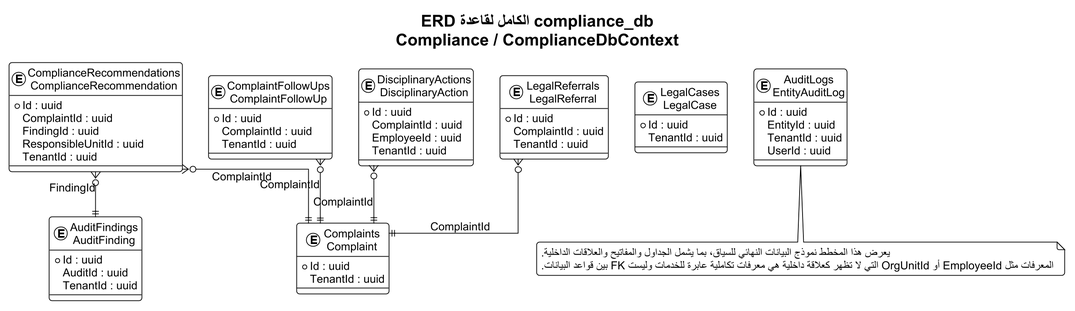
Earlier version of the PlantUML export docs/thesis_diagrams/database_erdds/rendered/04_compliance.png (omardefdev/HRManagement).
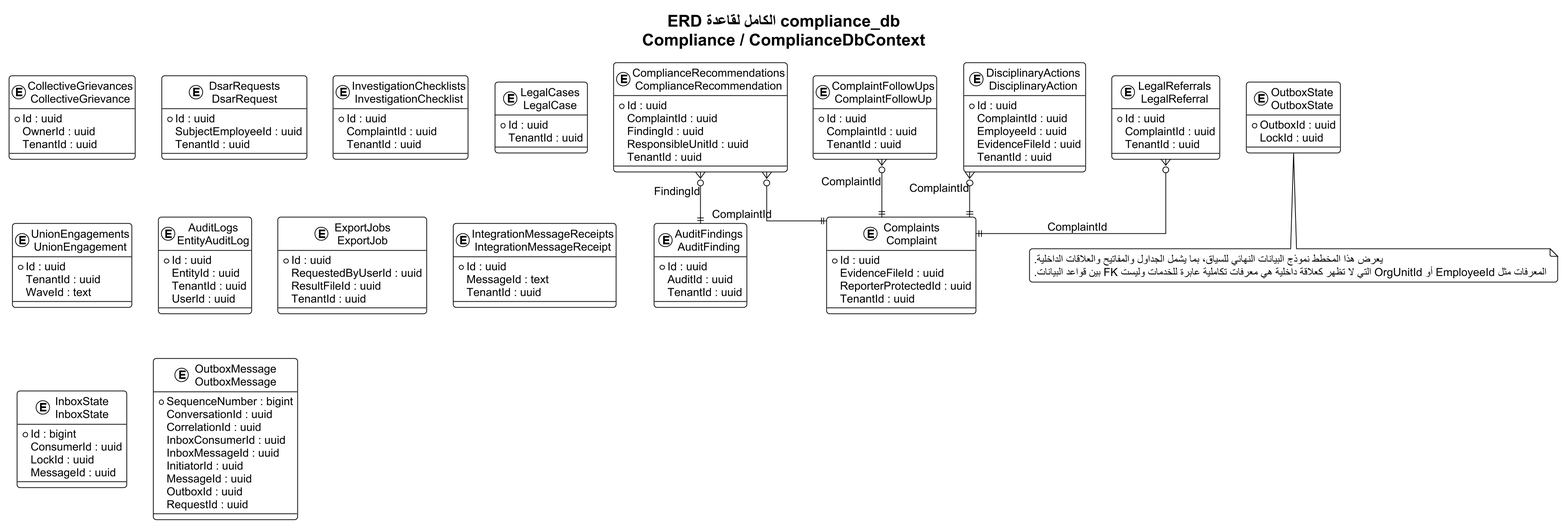
The same file after the commit.

The edit, as a diff of the source:
```diff
@@ -17,49 +17,104 @@
     AuditId : uuid
     TenantId : uuid
 }
-entity "Complaints\nComplaint" as T02 {
+entity "CollectiveGrievances\nCollectiveGrievance" as T02 {
   * Id : uuid
+    OwnerId : uuid
     TenantId : uuid
 }
-entity "ComplaintFollowUps\nComplaintFollowUp" as T03 {
+entity "Complaints\nComplaint" as T03 {
+  * Id : uuid
+    EvidenceFileId : uuid
+    ReporterProtectedId : uuid
+    TenantId : uuid
+}
+entity "ComplaintFollowUps\nComplaintFollowUp" as T04 {
   * Id : uuid
     ComplaintId : uuid
     TenantId : uuid
 }
-entity "ComplianceRecommendations\nComplianceRecommendation" as T04 {
+entity "ComplianceRecommendations\nComplianceRecommendation" as T05 {
   * Id : uuid
     ComplaintId : uuid
     FindingId : uuid
     ResponsibleUnitId : uuid
     TenantId : uuid
 }
-entity "DisciplinaryActions\nDisciplinaryAction" as T05 {
+entity "DisciplinaryActions\nDisciplinaryAction" as T06 {
   * Id : uuid
     ComplaintId : uuid
     EmployeeId : uuid
+    EvidenceFileId : uuid
     TenantId : uuid
 }
-entity "LegalCases\nLegalCase" as T06 {
+entity "DsarRequests\nDsarRequest" as T07 {
   * Id : uuid
+    SubjectEmployeeId : uuid
     TenantId : uuid
 }
-entity "LegalReferrals\nLegalReferral" as T07 {
+entity "InvestigationChecklists\nInvestigationChecklist" as T08 {
   * Id : uuid
     ComplaintId : uuid
     TenantId : uuid
 }
-entity "AuditLogs\nEntityAuditLog" as T08 {
+entity "LegalCases\nLegalCase" as T09 {
+  * Id : uuid
+    TenantId : uuid
+}
+entity "LegalReferrals\nLegalReferral" as T10 {
+  * Id : uuid
+    ComplaintId : uuid
+    TenantId : uuid
+}
+entity "UnionEngagements\nUnionEngagement" as T11 {
+  * Id : uuid
+    TenantId : uuid
+    WaveId : text
+}
+entity "AuditLogs\nEntityAuditLog" as T12 {
   * Id : uuid
     EntityId : uuid
     TenantId : uuid
     UserId : uuid
 }
+entity "ExportJobs\nExportJob" as T13 {
+  * Id : uuid
+    RequestedByUserId : uuid
+    ResultFileId : uuid
+    TenantId : uuid
+}
+entity "IntegrationMessageReceipts\nIntegrationMessageReceipt" as T14 {
+  * Id : uuid
+    MessageId : text
+    TenantId : uuid
+}
+entity "InboxState\nInboxState" as T15 {
+  * Id : bigint
+    ConsumerId : uuid
+    LockId : uuid
+    MessageId : uuid
+}
+entity "OutboxMessage\nOutboxMessage" as T16 {
+  * SequenceNumber : bigint
+    ConversationId : uuid
+    CorrelationId : uuid
+    InboxConsumerId : uuid
+    InboxMessageId : uuid
+    InitiatorId : uuid
+    MessageId : uuid
+    OutboxId : uuid
+    RequestId : uuid
+}
+entity "OutboxState\nOutboxState" as T17 {
+  * OutboxId : uuid
+    LockId : uuid
+}
 
-T03 }o--|| T02 : ComplaintId
-T04 }o--|| T02 : ComplaintId
-T04 }o--|| T01 : FindingId
-T05 }o--|| T02 : ComplaintId
-T07 }o--|| T02 : ComplaintId
+T04 }o--|| T03 : ComplaintId
+T05 }o--|| T03 : ComplaintId
+T05 }o--|| T01 : FindingId
+T06 }o--|| T03 : ComplaintId
+T10 }o--|| T03 : ComplaintId
 
 note bottom
 يعرض هذا المخطط نموذج البيانات النهائي للسياق، بما يشمل الجداول والمفاتيح والعلاقات الداخلية.
```
